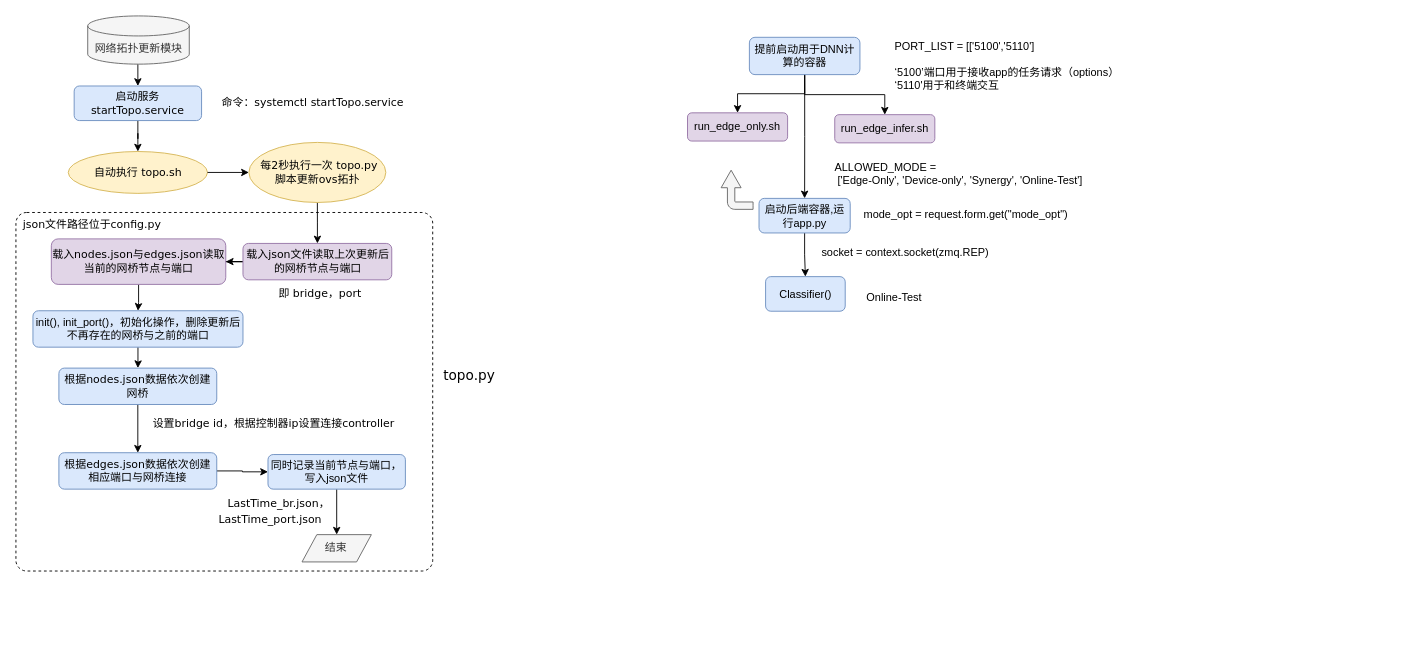
zhoumeng-123/draw keeps this draw.io diagram as 未命名绘图.drawio. Above is the earlier version. Source tidied: cells renumbered, new cells numbered last; positions are measured from the earlier drawing's top-left corner, leaving out a move shared by most shapes. Both pictures are drawn from the tidied source at 91%, with x=0, y=0 at pixel (15, 15).
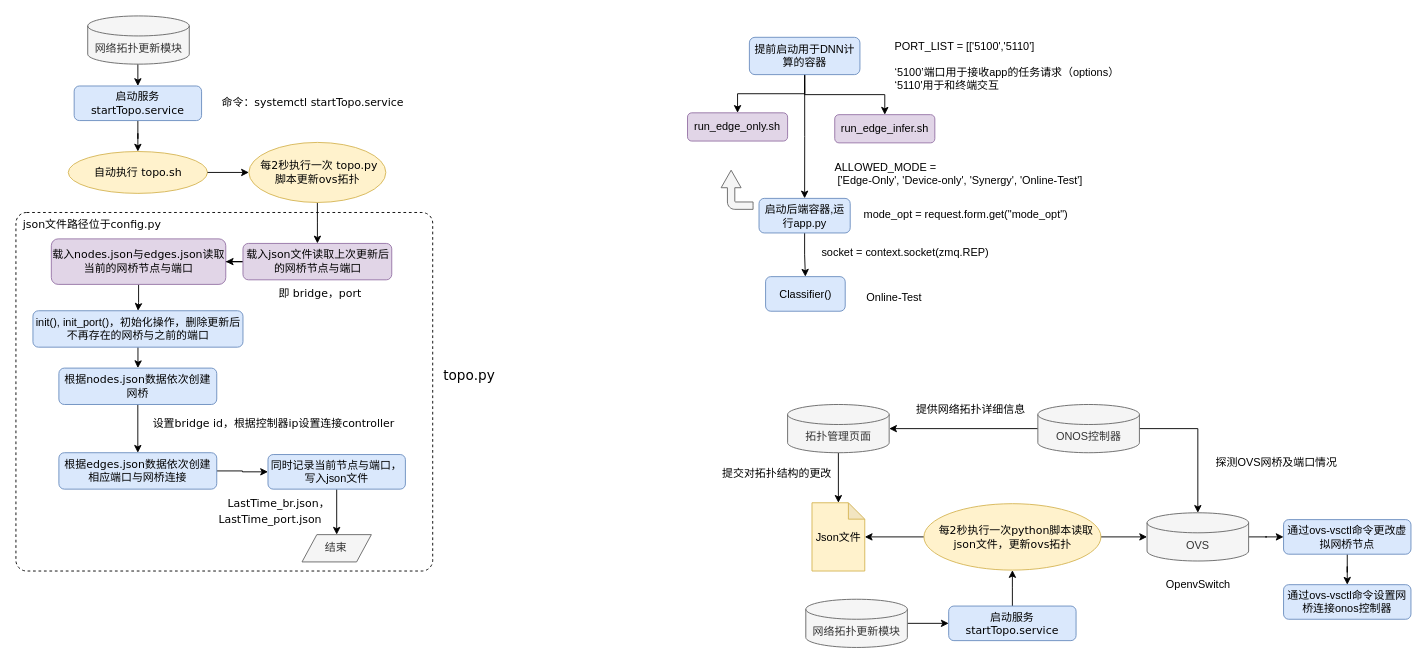
After the change.

Commit message:
更新未命名绘图.drawio

Diff of the diagram source:
```diff
@@
+    <mxCell id="46" style="edgeStyle=orthogonalEdgeStyle;rounded=0;jettySize=auto;html=1;" parent="1" edge="1" source="47" target="52">
+      <mxGeometry relative="1" as="geometry" />
+    </mxCell>
+    <mxCell id="47" value="启动服务&lt;font face=&quot;Verdana&quot;&gt;startTopo.service&lt;/font&gt;" style="rounded=1;whiteSpace=wrap;html=1;fillColor=#dae8fc;strokeColor=#6c8ebf;" parent="1" vertex="1">
+      <mxGeometry x="1025" y="648.5" width="140" height="38" as="geometry" />
+    </mxCell>
+    <mxCell id="48" style="edgeStyle=orthogonalEdgeStyle;rounded=0;jettySize=auto;html=1;" parent="1" edge="1" source="49" target="47">
+      <mxGeometry relative="1" as="geometry" />
+    </mxCell>
+    <mxCell id="49" value="网络拓扑更新模块" style="shape=cylinder3;whiteSpace=wrap;html=1;boundedLbl=1;backgroundOutline=1;size=11;fillColor=#f5f5f5;strokeColor=#666666;fontColor=#333333;" parent="1" vertex="1">
+      <mxGeometry x="868" y="641" width="111.6" height="53" as="geometry" />
+    </mxCell>
+    <mxCell id="50" style="edgeStyle=orthogonalEdgeStyle;rounded=0;jettySize=auto;html=1;" parent="1" edge="1" source="52" target="62">
+      <mxGeometry relative="1" as="geometry" />
+    </mxCell>
+    <mxCell id="51" style="edgeStyle=orthogonalEdgeStyle;rounded=0;jettySize=auto;html=1;" parent="1" edge="1" source="52" target="58">
+      <mxGeometry relative="1" as="geometry" />
+    </mxCell>
+    <mxCell id="52" value="&lt;font face=&quot;Verdana&quot;&gt;&amp;nbsp; 每2秒执行一次python脚本读取 json文件，更新ovs拓扑&lt;/font&gt; " style="ellipse;whiteSpace=wrap;html=1;fillColor=#fff2cc;strokeColor=#d6b656;" parent="1" vertex="1">
+      <mxGeometry x="997.8" y="536" width="194.5" height="73" as="geometry" />
+    </mxCell>
+    <mxCell id="53" value="探测OVS网桥及端口情况" style="text;html=1;align=center;verticalAlign=middle;strokeColor=none;fillColor=none;" parent="1" vertex="1">
+      <mxGeometry x="1313" y="482" width="143" height="18" as="geometry" />
+    </mxCell>
+    <mxCell id="54" style="edgeStyle=orthogonalEdgeStyle;rounded=0;jettySize=auto;html=1;entryX=0.5;entryY=0;entryDx=0;entryDy=0;entryPerimeter=0;" parent="1" edge="1" source="56" target="58">
+      <mxGeometry relative="1" as="geometry" />
+    </mxCell>
+    <mxCell id="55" style="edgeStyle=orthogonalEdgeStyle;rounded=0;jettySize=auto;html=1;exitX=0;exitY=0.5;exitDx=0;exitDy=0;exitPerimeter=0;" parent="1" edge="1" source="56" target="60">
+      <mxGeometry relative="1" as="geometry" />
+    </mxCell>
+    <mxCell id="56" value="ONOS控制器" style="shape=cylinder3;whiteSpace=wrap;html=1;boundedLbl=1;backgroundOutline=1;size=11;fillColor=#f5f5f5;strokeColor=#666666;fontColor=#333333;" parent="1" vertex="1">
+      <mxGeometry x="1123" y="427" width="111.6" height="53" as="geometry" />
+    </mxCell>
+    <mxCell id="57" style="edgeStyle=orthogonalEdgeStyle;rounded=0;jettySize=auto;html=1;" parent="1" edge="1" source="58" target="65">
+      <mxGeometry relative="1" as="geometry" />
+    </mxCell>
+    <mxCell id="58" value="OVS" style="shape=cylinder3;whiteSpace=wrap;html=1;boundedLbl=1;backgroundOutline=1;size=11;fillColor=#f5f5f5;strokeColor=#666666;fontColor=#333333;" parent="1" vertex="1">
+      <mxGeometry x="1243" y="546" width="111.6" height="53" as="geometry" />
+    </mxCell>
+    <mxCell id="59" style="edgeStyle=orthogonalEdgeStyle;rounded=0;jettySize=auto;html=1;" parent="1" edge="1" source="60" target="62">
+      <mxGeometry relative="1" as="geometry" />
+    </mxCell>
+    <mxCell id="60" value="拓扑管理页面" style="shape=cylinder3;whiteSpace=wrap;html=1;boundedLbl=1;backgroundOutline=1;size=11;fillColor=#f5f5f5;strokeColor=#666666;fontColor=#333333;" parent="1" vertex="1">
+      <mxGeometry x="848" y="427" width="111.6" height="53" as="geometry" />
+    </mxCell>
+    <mxCell id="61" value="OpenvSwitch" style="text;html=1;align=center;verticalAlign=middle;strokeColor=none;fillColor=none;" parent="1" vertex="1">
+      <mxGeometry x="1258.3" y="616" width="81" height="18" as="geometry" />
+    </mxCell>
+    <mxCell id="62" value="Json文件" style="shape=note;whiteSpace=wrap;html=1;backgroundOutline=1;darkOpacity=0.05;fillColor=#fff2cc;strokeColor=#d6b656;size=18;" parent="1" vertex="1">
+      <mxGeometry x="874.8" y="535" width="58" height="75" as="geometry" />
+    </mxCell>
+    <mxCell id="63" value="&lt;font face=&quot;Verdana&quot;&gt;提交对拓扑结构的更改&lt;br&gt;&lt;/font&gt;" style="text;html=1;align=center;verticalAlign=middle;strokeColor=none;fillColor=none;" parent="1" vertex="1">
+      <mxGeometry x="771" y="493" width="130" height="19" as="geometry" />
+    </mxCell>
+    <mxCell id="64" style="edgeStyle=orthogonalEdgeStyle;rounded=0;jettySize=auto;html=1;" parent="1" edge="1" source="65" target="66">
+      <mxGeometry relative="1" as="geometry" />
+    </mxCell>
+    <mxCell id="65" value="通过ovs-vsctl命令更改虚拟网桥节点" style="rounded=1;whiteSpace=wrap;html=1;fillColor=#dae8fc;strokeColor=#6c8ebf;" parent="1" vertex="1">
+      <mxGeometry x="1393" y="553.5" width="140" height="38" as="geometry" />
+    </mxCell>
+    <mxCell id="66" value="通过ovs-vsctl命令设置网桥连接onos控制器" style="rounded=1;whiteSpace=wrap;html=1;fillColor=#dae8fc;strokeColor=#6c8ebf;" parent="1" vertex="1">
+      <mxGeometry x="1393" y="625" width="140" height="38" as="geometry" />
+    </mxCell>
+    <mxCell id="67" value="提供网络拓扑详细信息" style="text;html=1;align=center;verticalAlign=middle;strokeColor=none;fillColor=none;" parent="1" vertex="1">
+      <mxGeometry x="984" y="424" width="130" height="18" as="geometry" />
+    </mxCell>
```
